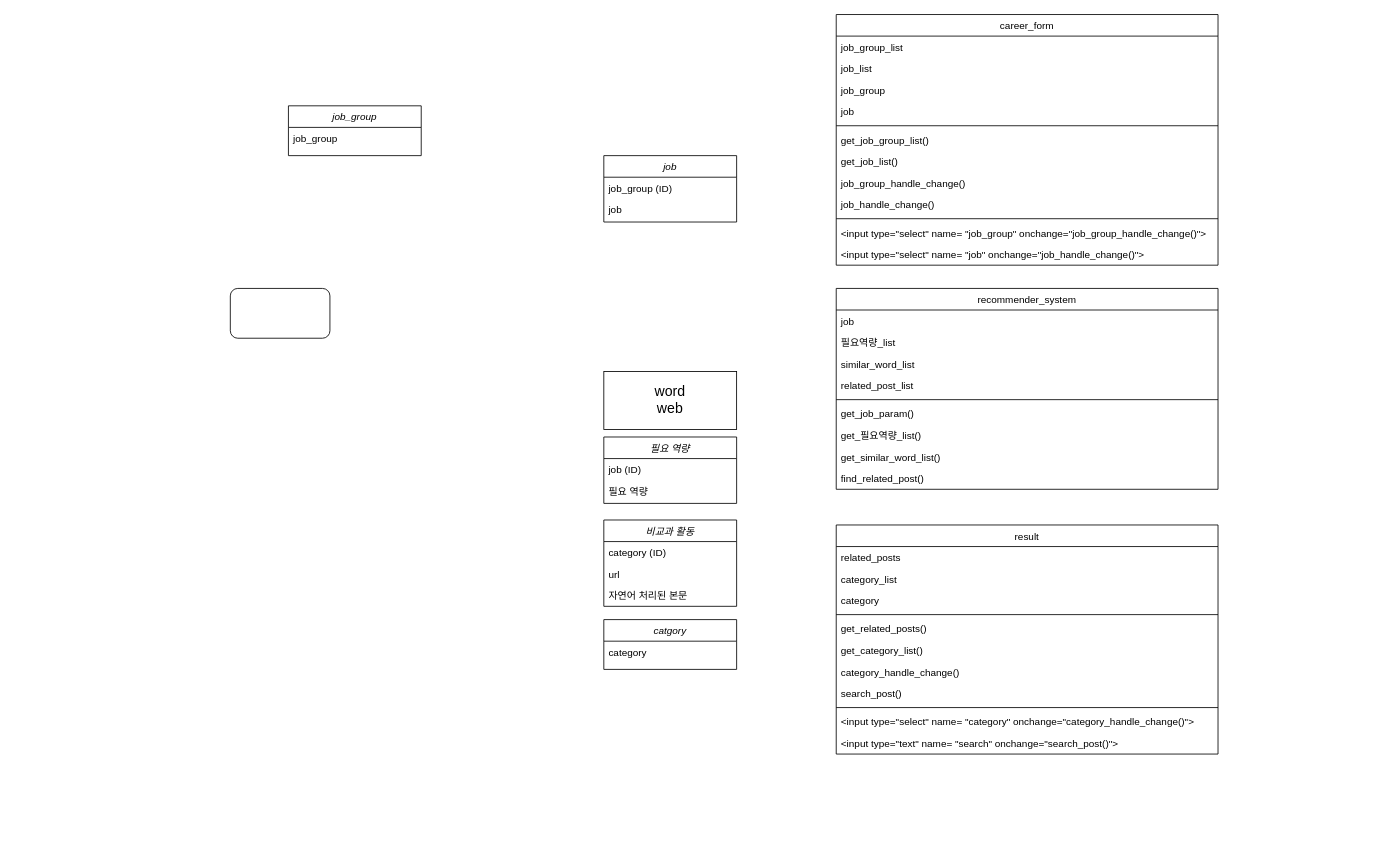
yelimpark/software_engineering keeps this draw.io diagram as func2_SOLID.drawio. Above is the earlier version. Source tidied: cells renumbered, new cells numbered last; positions are measured from the earlier drawing's top-left corner, leaving out a move shared by most shapes. Both pictures are drawn from the tidied source at 83%, with x=0, y=0 at pixel (230, 14).
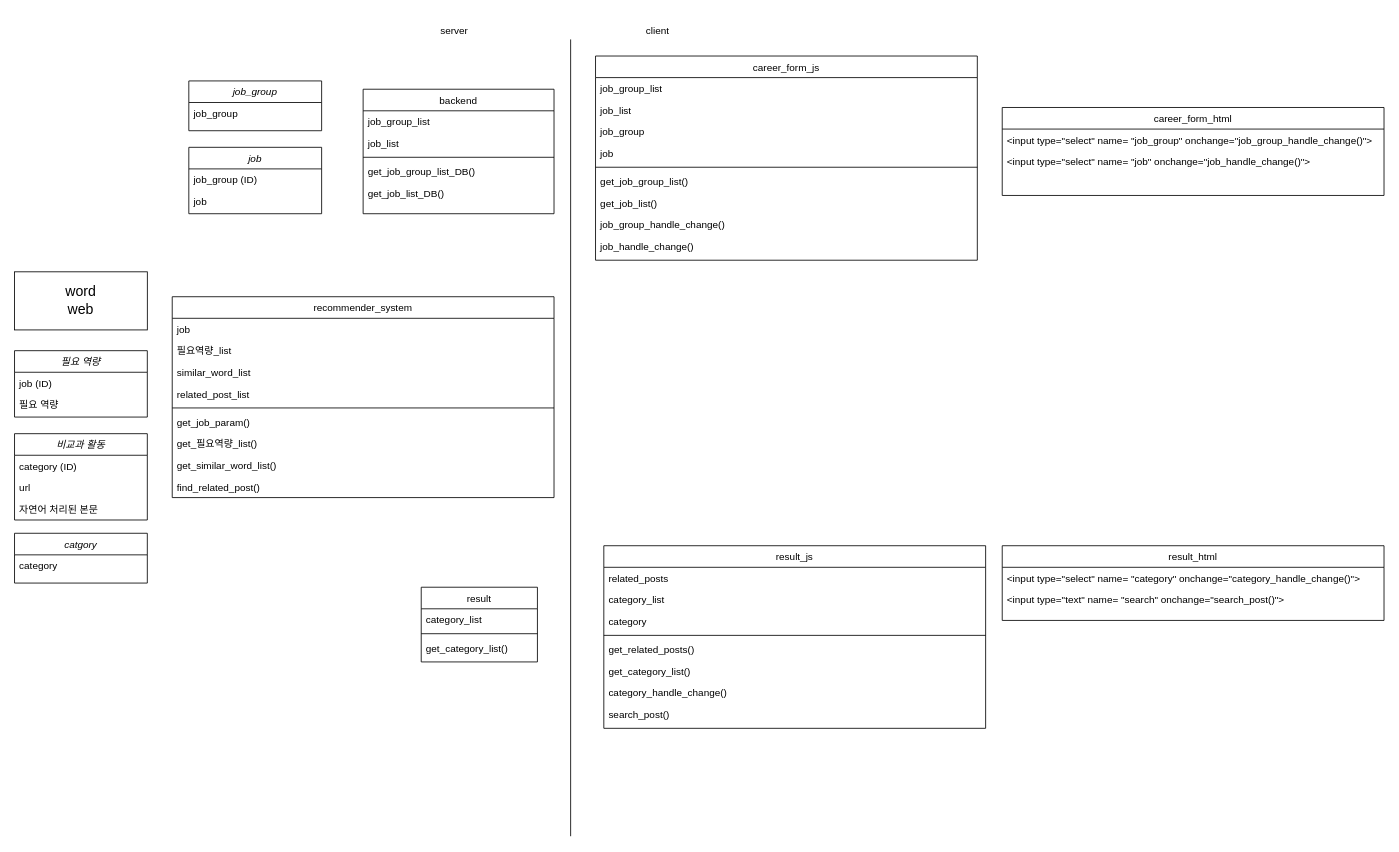
The same page after the edit.

What changed in the source:
```diff
@@
     <mxCell id="2" value="필요 역량" style="swimlane;fontStyle=2;align=center;verticalAlign=top;horizontal=1;startSize=26;rounded=0;shadow=0;strokeWidth=1;" parent="1" vertex="1">
-      <mxGeometry x="450" y="509" width="160" height="80" as="geometry" />
+      <mxGeometry x="-260" y="405" width="160" height="80" as="geometry" />
     </mxCell>
@@
-    <mxCell id="5" value="career_form" style="swimlane;fontStyle=0;align=center;verticalAlign=top;horizontal=1;startSize=26;rounded=0;shadow=0;strokeWidth=1;" parent="1" vertex="1">
-      <mxGeometry x="730" width="460" height="302" as="geometry" />
+    <mxCell id="5" value="career_form_js" style="swimlane;fontStyle=0;align=center;verticalAlign=top;horizontal=1;startSize=26;rounded=0;shadow=0;strokeWidth=1;" parent="1" vertex="1">
+      <mxGeometry x="440" y="50" width="460" height="246" as="geometry" />
     </mxCell>
@@
-    <mxCell id="15" style="line;html=1;strokeWidth=1;align=left;verticalAlign=middle;spacingTop=-1;spacingLeft=3;spacingRight=3;labelPosition=right;" parent="5" vertex="1">
-      <mxGeometry y="242" width="460" height="8" as="geometry" />
-    </mxCell>
-    <mxCell id="16" value="&lt;input type=&quot;select&quot; name= &quot;job_group&quot; onchange=&quot;job_group_handle_change()&quot;&gt;" style="text;align=left;verticalAlign=top;spacingLeft=4;spacingRight=4;overflow=hidden;" parent="5" vertex="1">
-      <mxGeometry y="250" width="460" height="26" as="geometry" />
-    </mxCell>
-    <mxCell id="17" value="&lt;input type=&quot;select&quot; name= &quot;job&quot; onchange=&quot;job_handle_change()&quot;&gt;" style="text;align=left;verticalAlign=top;spacingLeft=4;spacingRight=4;overflow=hidden;rounded=0;shadow=0;html=0;" parent="5" vertex="1">
-      <mxGeometry y="276" width="460" height="26" as="geometry" />
-    </mxCell>
     <mxCell id="18" value="job" style="swimlane;fontStyle=2;align=center;verticalAlign=top;horizontal=1;startSize=26;rounded=0;shadow=0;strokeWidth=1;" parent="1" vertex="1">
-      <mxGeometry x="450" y="170" width="160" height="80" as="geometry" />
+      <mxGeometry x="-50" y="160" width="160" height="80" as="geometry" />
     </mxCell>
@@
-    <mxCell id="21" value="result" style="swimlane;fontStyle=0;align=center;verticalAlign=top;horizontal=1;startSize=26;rounded=0;shadow=0;strokeWidth=1;" parent="1" vertex="1">
-      <mxGeometry x="730" y="615" width="460" height="276" as="geometry" />
+    <mxCell id="21" value="result_js" style="swimlane;fontStyle=0;align=center;verticalAlign=top;horizontal=1;startSize=26;rounded=0;shadow=0;strokeWidth=1;" parent="1" vertex="1">
+      <mxGeometry x="450" y="640" width="460" height="220" as="geometry" />
     </mxCell>
@@
-    <mxCell id="30" style="line;html=1;strokeWidth=1;align=left;verticalAlign=middle;spacingTop=-1;spacingLeft=3;spacingRight=3;labelPosition=right;" parent="21" vertex="1">
-      <mxGeometry y="216" width="460" height="8" as="geometry" />
-    </mxCell>
-    <mxCell id="31" value="&lt;input type=&quot;select&quot; name= &quot;category&quot; onchange=&quot;category_handle_change()&quot;&gt;" style="text;align=left;verticalAlign=top;spacingLeft=4;spacingRight=4;overflow=hidden;" parent="21" vertex="1">
-      <mxGeometry y="224" width="460" height="26" as="geometry" />
-    </mxCell>
-    <mxCell id="32" value="&lt;input type=&quot;text&quot; name= &quot;search&quot; onchange=&quot;search_post()&quot;&gt;" style="text;align=left;verticalAlign=top;spacingLeft=4;spacingRight=4;overflow=hidden;rounded=0;shadow=0;html=0;" parent="21" vertex="1">
-      <mxGeometry y="250" width="460" height="26" as="geometry" />
-    </mxCell>
     <mxCell id="33" value="job_group" style="swimlane;fontStyle=2;align=center;verticalAlign=top;horizontal=1;startSize=26;rounded=0;shadow=0;strokeWidth=1;" parent="1" vertex="1">
-      <mxGeometry x="70" y="110" width="160" height="60" as="geometry" />
+      <mxGeometry x="-50" y="80" width="160" height="60" as="geometry" />
     </mxCell>
@@
     <mxCell id="35" value="비교과 활동" style="swimlane;fontStyle=2;align=center;verticalAlign=top;horizontal=1;startSize=26;rounded=0;shadow=0;strokeWidth=1;" parent="1" vertex="1">
-      <mxGeometry x="450" y="609" width="160" height="104" as="geometry" />
+      <mxGeometry x="-260" y="505" width="160" height="104" as="geometry" />
     </mxCell>
@@
     <mxCell id="39" value="catgory" style="swimlane;fontStyle=2;align=center;verticalAlign=top;horizontal=1;startSize=26;rounded=0;shadow=0;strokeWidth=1;" parent="1" vertex="1">
-      <mxGeometry x="450" y="729" width="160" height="60" as="geometry" />
+      <mxGeometry x="-260" y="625" width="160" height="60" as="geometry" />
     </mxCell>
@@
     <mxCell id="41" value="recommender_system" style="swimlane;fontStyle=0;align=center;verticalAlign=top;horizontal=1;startSize=26;rounded=0;shadow=0;strokeWidth=1;" parent="1" vertex="1">
-      <mxGeometry x="730" y="330" width="460" height="242" as="geometry" />
+      <mxGeometry x="-70" y="340" width="460" height="242" as="geometry" />
     </mxCell>
@@
     <mxCell id="51" style="rounded=0;whiteSpace=wrap;html=1;" parent="1" vertex="1">
-      <mxGeometry x="450" y="430" width="160" height="70" as="geometry" />
+      <mxGeometry x="-260" y="310" width="160" height="70" as="geometry" />
     </mxCell>
     <mxCell id="52" value="word web" style="text;html=1;strokeColor=none;fillColor=none;align=center;verticalAlign=middle;whiteSpace=wrap;rounded=0;strokeWidth=5;fontSize=17;" parent="1" vertex="1">
-      <mxGeometry x="495" y="445" width="70" height="40" as="geometry" />
+      <mxGeometry x="-215" y="325" width="70" height="40" as="geometry" />
     </mxCell>
-    <mxCell id="53" style="rounded=1;whiteSpace=wrap;html=1;" parent="1" vertex="1">
-      <mxGeometry y="330" width="120" height="60" as="geometry" />
-    </mxCell>
+    <mxCell id="54" value="backend" style="swimlane;fontStyle=0;align=center;verticalAlign=top;horizontal=1;startSize=26;rounded=0;shadow=0;strokeWidth=1;" parent="1" vertex="1">
+      <mxGeometry x="160" y="90" width="230" height="150" as="geometry" />
+    </mxCell>
+    <mxCell id="55" value="job_group_list" style="text;align=left;verticalAlign=top;spacingLeft=4;spacingRight=4;overflow=hidden;" parent="54" vertex="1">
+      <mxGeometry y="26" width="230" height="26" as="geometry" />
+    </mxCell>
+    <mxCell id="56" value="job_list" style="text;align=left;verticalAlign=top;spacingLeft=4;spacingRight=4;overflow=hidden;rounded=0;shadow=0;html=0;" parent="54" vertex="1">
+      <mxGeometry y="52" width="230" height="26" as="geometry" />
+    </mxCell>
+    <mxCell id="57" style="line;html=1;strokeWidth=1;align=left;verticalAlign=middle;spacingTop=-1;spacingLeft=3;spacingRight=3;labelPosition=right;" parent="54" vertex="1">
+      <mxGeometry y="78" width="230" height="8" as="geometry" />
+    </mxCell>
+    <mxCell id="58" value="get_job_group_list_DB()" style="text;align=left;verticalAlign=top;spacingLeft=4;spacingRight=4;overflow=hidden;" parent="54" vertex="1">
+      <mxGeometry y="86" width="230" height="26" as="geometry" />
+    </mxCell>
+    <mxCell id="59" value="get_job_list_DB()" style="text;align=left;verticalAlign=top;spacingLeft=4;spacingRight=4;overflow=hidden;" parent="54" vertex="1">
+      <mxGeometry y="112" width="230" height="26" as="geometry" />
+    </mxCell>
+    <mxCell id="60" value="career_form_html" style="swimlane;fontStyle=0;align=center;verticalAlign=top;horizontal=1;startSize=26;rounded=0;shadow=0;strokeWidth=1;" parent="1" vertex="1">
+      <mxGeometry x="930" y="112" width="460" height="106" as="geometry" />
+    </mxCell>
+    <mxCell id="61" value="&lt;input type=&quot;select&quot; name= &quot;job_group&quot; onchange=&quot;job_group_handle_change()&quot;&gt;" style="text;align=left;verticalAlign=top;spacingLeft=4;spacingRight=4;overflow=hidden;" parent="60" vertex="1">
+      <mxGeometry y="26" width="460" height="26" as="geometry" />
+    </mxCell>
+    <mxCell id="62" value="&lt;input type=&quot;select&quot; name= &quot;job&quot; onchange=&quot;job_handle_change()&quot;&gt;" style="text;align=left;verticalAlign=top;spacingLeft=4;spacingRight=4;overflow=hidden;rounded=0;shadow=0;html=0;" parent="60" vertex="1">
+      <mxGeometry y="52" width="460" height="26" as="geometry" />
+    </mxCell>
+    <mxCell id="63" style="endArrow=none;html=1;" parent="1" edge="1">
+      <mxGeometry relative="1" as="geometry">
+        <mxPoint x="410" y="990" as="sourcePoint" />
+        <mxPoint x="410" y="30" as="targetPoint" />
+      </mxGeometry>
+    </mxCell>
+    <mxCell id="64" value="server" style="text;html=1;strokeColor=none;fillColor=none;align=center;verticalAlign=middle;whiteSpace=wrap;rounded=0;" parent="1" vertex="1">
+      <mxGeometry x="250" y="10" width="40" height="20" as="geometry" />
+    </mxCell>
+    <mxCell id="65" value="client" style="text;html=1;strokeColor=none;fillColor=none;align=center;verticalAlign=middle;whiteSpace=wrap;rounded=0;" parent="1" vertex="1">
+      <mxGeometry x="495" y="10" width="40" height="20" as="geometry" />
+    </mxCell>
+    <mxCell id="66" value="result" style="swimlane;fontStyle=0;align=center;verticalAlign=top;horizontal=1;startSize=26;rounded=0;shadow=0;strokeWidth=1;" parent="1" vertex="1">
+      <mxGeometry x="230" y="690" width="140" height="90" as="geometry" />
+    </mxCell>
+    <mxCell id="67" value="category_list" style="text;align=left;verticalAlign=top;spacingLeft=4;spacingRight=4;overflow=hidden;rounded=0;shadow=0;html=0;" parent="66" vertex="1">
+      <mxGeometry y="26" width="140" height="26" as="geometry" />
+    </mxCell>
+    <mxCell id="68" style="line;html=1;strokeWidth=1;align=left;verticalAlign=middle;spacingTop=-1;spacingLeft=3;spacingRight=3;labelPosition=right;" parent="66" vertex="1">
+      <mxGeometry y="52" width="140" height="8" as="geometry" />
+    </mxCell>
+    <mxCell id="69" value="get_category_list()" style="text;align=left;verticalAlign=top;spacingLeft=4;spacingRight=4;overflow=hidden;" parent="66" vertex="1">
+      <mxGeometry y="60" width="140" height="26" as="geometry" />
+    </mxCell>
+    <mxCell id="70" value="result_html" style="swimlane;fontStyle=0;align=center;verticalAlign=top;horizontal=1;startSize=26;rounded=0;shadow=0;strokeWidth=1;" parent="1" vertex="1">
+      <mxGeometry x="930" y="640" width="460" height="90" as="geometry" />
+    </mxCell>
+    <mxCell id="71" value="&lt;input type=&quot;select&quot; name= &quot;category&quot; onchange=&quot;category_handle_change()&quot;&gt;" style="text;align=left;verticalAlign=top;spacingLeft=4;spacingRight=4;overflow=hidden;" parent="70" vertex="1">
+      <mxGeometry y="26" width="460" height="26" as="geometry" />
+    </mxCell>
+    <mxCell id="72" value="&lt;input type=&quot;text&quot; name= &quot;search&quot; onchange=&quot;search_post()&quot;&gt;" style="text;align=left;verticalAlign=top;spacingLeft=4;spacingRight=4;overflow=hidden;rounded=0;shadow=0;html=0;" parent="70" vertex="1">
+      <mxGeometry y="52" width="460" height="26" as="geometry" />
+    </mxCell>
```
